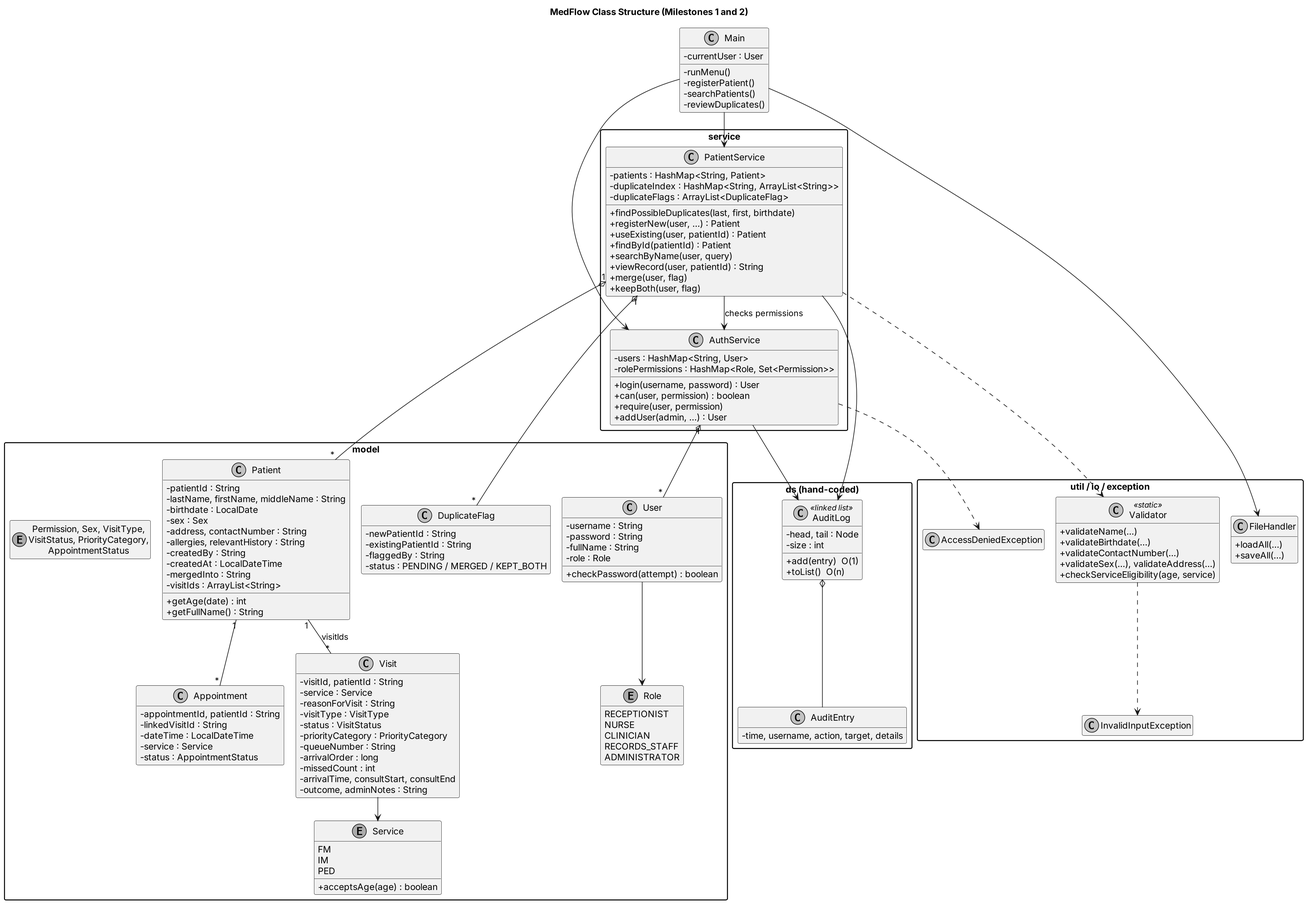
This is evidence/MedFlow_Class_Diagram.png from ilyan-boop/MedFlow, a PlantUML export, as it was before one commit.
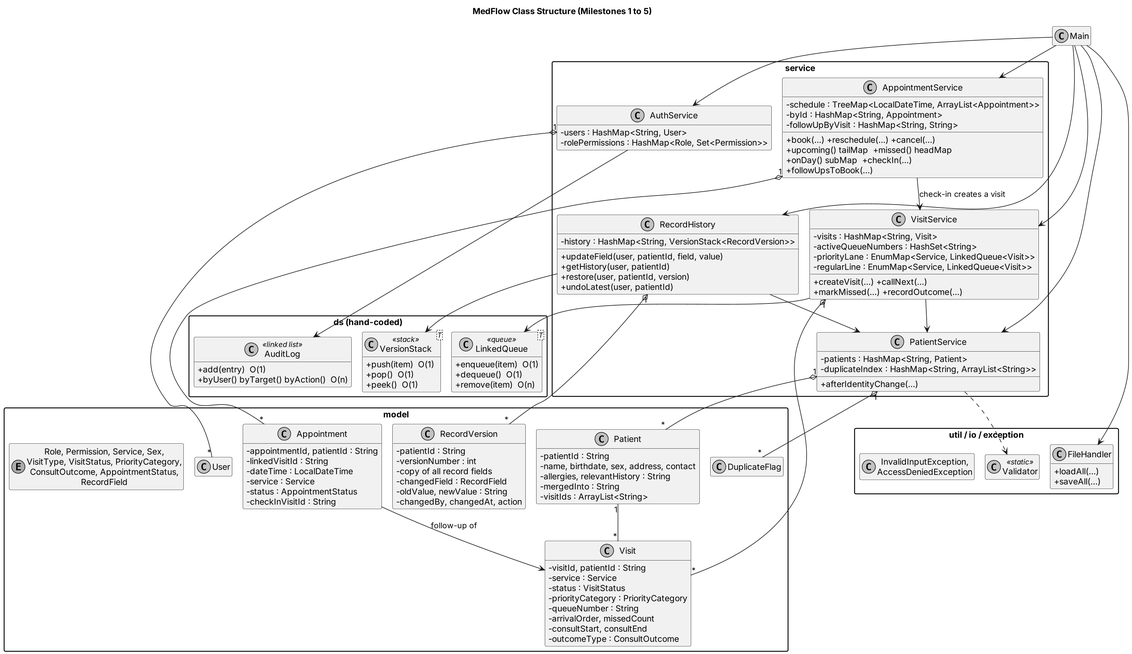
Above is the later version.

Commit message:
Update class diagram and add Milestone 5 evidence

The edit, as a diff of the source:
```diff
@@ -1,48 +1,31 @@
 @startuml
 !pragma layout smetana
 skinparam monochrome true
-skinparam dpi 170
+skinparam dpi 160
 skinparam shadowing false
 skinparam defaultFontName SansSerif
 skinparam classAttributeIconSize 0
 skinparam packageStyle rectangle
 hide empty members
-title MedFlow Class Structure (Milestones 1 and 2)
+title MedFlow Class Structure (Milestones 1 to 5)
 
 package "model" {
-  class User {
-    -username : String
-    -password : String
-    -fullName : String
-    -role : Role
-    +checkPassword(attempt) : boolean
-  }
   class Patient {
     -patientId : String
-    -lastName, firstName, middleName : String
-    -birthdate : LocalDate
-    -sex : Sex
-    -address, contactNumber : String
+    -name, birthdate, sex, address, contact
     -allergies, relevantHistory : String
-    -createdBy : String
-    -createdAt : LocalDateTime
     -mergedInto : String
     -visitIds : ArrayList<String>
-    +getAge(date) : int
-    +getFullName() : String
   }
   class Visit {
     -visitId, patientId : String
     -service : Service
-    -reasonForVisit : String
-    -visitType : VisitType
     -status : VisitStatus
     -priorityCategory : PriorityCategory
     -queueNumber : String
-    -arrivalOrder : long
-    -missedCount : int
-    -arrivalTime, consultStart, consultEnd
-    -outcome, adminNotes : String
+    -arrivalOrder, missedCount
+    -consultStart, consultEnd
+    -outcomeType : ConsultOutcome
   }
   class Appointment {
     -appointmentId, patientId : String
@@ -50,104 +33,104 @@
     -dateTime : LocalDateTime
     -service : Service
     -status : AppointmentStatus
+    -checkInVisitId : String
   }
-  class DuplicateFlag {
-    -newPatientId : String
-    -existingPatientId : String
-    -flaggedBy : String
-    -status : PENDING / MERGED / KEPT_BOTH
+  class RecordVersion {
+    -patientId : String
+    -versionNumber : int
+    -copy of all record fields
+    -changedField : RecordField
+    -oldValue, newValue : String
+    -changedBy, changedAt, action
   }
-  enum Role {
-    RECEPTIONIST
-    NURSE
-    CLINICIAN
-    RECORDS_STAFF
-    ADMINISTRATOR
-  }
-  enum Service {
-    FM
-    IM
-    PED
-    +acceptsAge(age) : boolean
-  }
-  enum "Permission, Sex, VisitType,\nVisitStatus, PriorityCategory,\nAppointmentStatus" as OtherEnums
+  class User
+  class DuplicateFlag
+  enum "Role, Permission, Service, Sex,\nVisitType, VisitStatus, PriorityCategory,\nConsultOutcome, AppointmentStatus,\nRecordField" as Enums
 }
 
 package "service" {
   class AuthService {
     -users : HashMap<String, User>
     -rolePermissions : HashMap<Role, Set<Permission>>
-    +login(username, password) : User
-    +can(user, permission) : boolean
-    +require(user, permission)
-    +addUser(admin, ...) : User
   }
   class PatientService {
     -patients : HashMap<String, Patient>
     -duplicateIndex : HashMap<String, ArrayList<String>>
-    -duplicateFlags : ArrayList<DuplicateFlag>
-    +findPossibleDuplicates(last, first, birthdate)
-    +registerNew(user, ...) : Patient
-    +useExisting(user, patientId) : Patient
-    +findById(patientId) : Patient
-    +searchByName(user, query)
-    +viewRecord(user, patientId) : String
-    +merge(user, flag)
-    +keepBoth(user, flag)
+    +afterIdentityChange(...)
+  }
+  class VisitService {
+    -visits : HashMap<String, Visit>
+    -activeQueueNumbers : HashSet<String>
+    -priorityLane : EnumMap<Service, LinkedQueue<Visit>>
+    -regularLine : EnumMap<Service, LinkedQueue<Visit>>
+    +createVisit(...) +callNext(...)
+    +markMissed(...) +recordOutcome(...)
+  }
+  class RecordHistory {
+    -history : HashMap<String, VersionStack<RecordVersion>>
+    +updateField(user, patientId, field, value)
+    +getHistory(user, patientId)
+    +restore(user, patientId, version)
+    +undoLatest(user, patientId)
+  }
+  class AppointmentService {
+    -schedule : TreeMap<LocalDateTime, ArrayList<Appointment>>
+    -byId : HashMap<String, Appointment>
+    -followUpByVisit : HashMap<String, String>
+    +book(...) +reschedule(...) +cancel(...)
+    +upcoming() tailMap  +missed() headMap
+    +onDay() subMap  +checkIn(...)
+    +followUpsToBook(...)
   }
 }
 
 package "ds (hand-coded)" {
   class AuditLog <<linked list>> {
-    -head, tail : Node
-    -size : int
     +add(entry)  O(1)
-    +toList()  O(n)
+    +byUser() byTarget() byAction()  O(n)
   }
-  class AuditEntry {
-    -time, username, action, target, details
+  class LinkedQueue<T> <<queue>> {
+    +enqueue(item)  O(1)
+    +dequeue()  O(1)
+    +remove(item)  O(n)
+  }
+  class VersionStack<T> <<stack>> {
+    +push(item)  O(1)
+    +pop()  O(1)
+    +peek()  O(1)
   }
 }
 
 package "util / io / exception" {
-  class Validator <<static>> {
-    +validateName(...)
-    +validateBirthdate(...)
-    +validateContactNumber(...)
-    +validateSex(...), validateAddress(...)
-    +checkServiceEligibility(age, service)
-  }
+  class Validator <<static>>
   class FileHandler {
     +loadAll(...)
     +saveAll(...)
   }
-  class InvalidInputException
-  class AccessDeniedException
+  class "InvalidInputException,\nAccessDeniedException" as Exceptions
 }
 
-class Main {
-  -currentUser : User
-  -runMenu()
-  -registerPatient()
-  -searchPatients()
-  -reviewDuplicates()
-}
+class Main
 
 Main --> AuthService
 Main --> PatientService
+Main --> VisitService
+Main --> RecordHistory
+Main --> AppointmentService
 Main --> FileHandler
-PatientService --> AuthService : checks permissions
-PatientService --> AuditLog
-AuthService --> AuditLog
-AuditLog o-- AuditEntry
-AuthService "1" o-- "*" User
+VisitService --> PatientService
+VisitService --> LinkedQueue
+RecordHistory --> PatientService
+RecordHistory --> VersionStack
+RecordHistory "1" o-- "*" RecordVersion
+AppointmentService --> VisitService : check-in creates a visit
+AppointmentService "1" o-- "*" Appointment
 PatientService "1" o-- "*" Patient
 PatientService "1" o-- "*" DuplicateFlag
-Patient "1" -- "*" Visit : visitIds
-Patient "1" -- "*" Appointment
-User --> Role
-Visit --> Service
+VisitService "1" o-- "*" Visit
+AuthService "1" o-- "*" User
+Patient "1" -- "*" Visit
+Appointment --> Visit : follow-up of
+AuthService --> AuditLog
 PatientService ..> Validator
-Validator ..> InvalidInputException
-AuthService ..> AccessDeniedException
 @enduml
```
